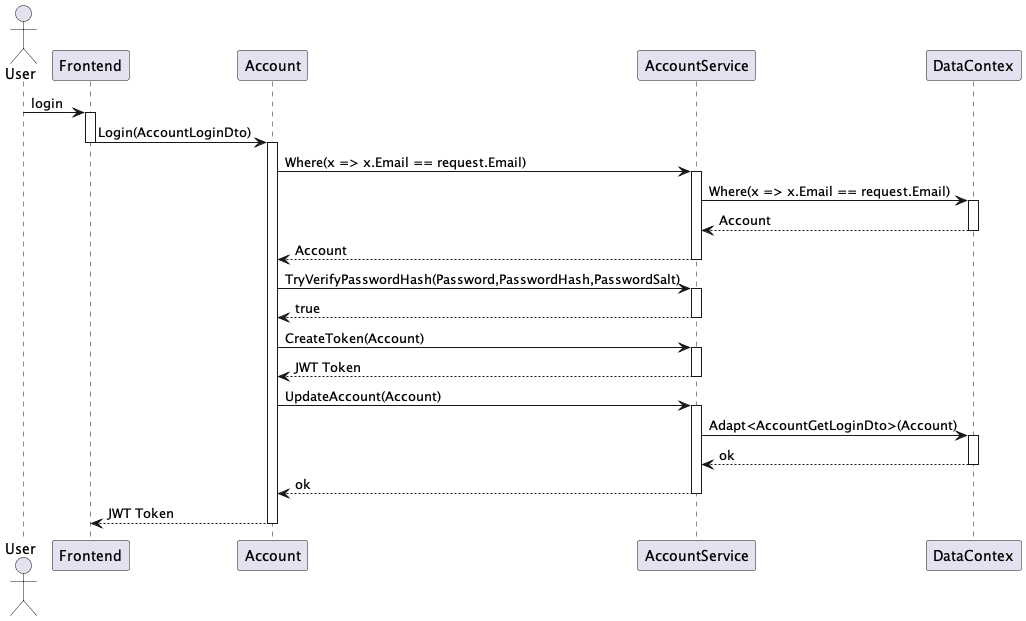
The PlantUML diagram out/UML/PlanUML/SequenceDiagram/Account/AccountSequenceLogin/AccountLoginSequenceDiagram.png in MartinStokholm/PRJ4_Repo, before a commit. Its diagram source:
```plantuml
@startuml AccountLoginSequenceDiagram


Actor "User" as U
participant "Frontend" as F
participant "Account" as A
participant "AccountService" as S
participant "DataContex" as D

U -> F : login
activate F
F -> A : Login(AccountLoginDto)
deactivate F
activate A
A -> S : Where(x => x.Email == request.Email)
activate S
S -> D : Where(x => x.Email == request.Email)
activate D
D --> S : Account
deactivate D
S --> A : Account
deactivate S
A -> S : TryVerifyPasswordHash(Password,PasswordHash,PasswordSalt)
activate S
S --> A : true
deactivate S
A -> S : CreateToken(Account)
activate S
S --> A : JWT Token
deactivate S
A -> S : UpdateAccount(Account)
activate S
S -> D : Adapt<AccountGetLoginDto>(Account)
activate D
D --> S : ok
deactivate D
S --> A : ok
deactivate S
A --> F : JWT Token
deactivate A


@enduml
```
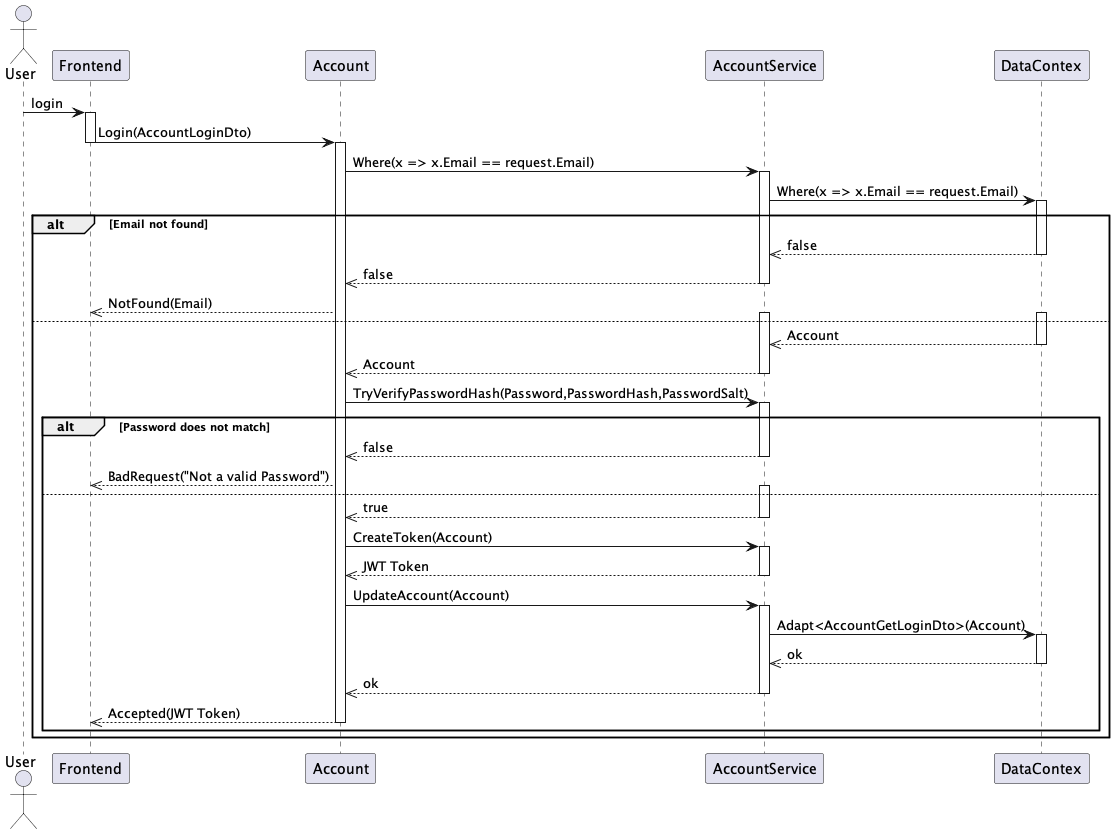
Above is the later version.

Commit message:
added new images of sequence diagrams

What changed in the source:
```diff
@@ -16,28 +16,47 @@
 activate S
 S -> D : Where(x => x.Email == request.Email)
 activate D
-D --> S : Account
-deactivate D
-S --> A : Account
-deactivate S
-A -> S : TryVerifyPasswordHash(Password,PasswordHash,PasswordSalt)
-activate S
-S --> A : true
-deactivate S
-A -> S : CreateToken(Account)
-activate S
-S --> A : JWT Token
-deactivate S
-A -> S : UpdateAccount(Account)
-activate S
-S -> D : Adapt<AccountGetLoginDto>(Account)
-activate D
-D --> S : ok
-deactivate D
-S --> A : ok
-deactivate S
-A --> F : JWT Token
-deactivate A
 
+alt Email not found
+    D -->> S : false
+    deactivate D
+    S -->> A : false
+    deactivate S
+    A -->> F : NotFound(Email)
+else
+    activate D
+    activate S
+    D -->> S : Account
+    deactivate D
+    S -->> A : Account
+    deactivate S
+
+    A -> S : TryVerifyPasswordHash(Password,PasswordHash,PasswordSalt)
+    alt Password does not match
+        activate S
+        S -->> A: false
+        deactivate S
+        A -->> F : BadRequest("Not a valid Password")
+    else
+        activate S
+        S -->> A : true
+        deactivate S
+        A -> S : CreateToken(Account)
+        activate S
+        S -->> A : JWT Token
+        deactivate S
+        A -> S : UpdateAccount(Account)
+        activate S
+        S -> D : Adapt<AccountGetLoginDto>(Account)
+        activate D
+        D -->> S : ok
+        deactivate D
+        S -->> A : ok
+        deactivate S
+        A -->> F : Accepted(JWT Token)
+        deactivate A
+    end
+
+end
 
 @enduml
```
